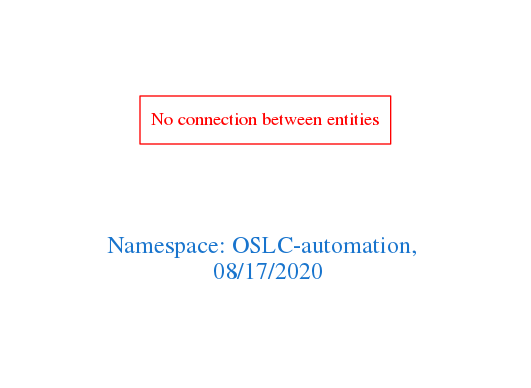
Earlier version of the Graphviz export downloads/OSLC-automation.png (arago/OGIT). Its source is kept beside it as downloads/OSLC-automation.dot. Its diagram source:
```dot
digraph OGIT_ontology {
 graph [ rankdir= LR,pad=1
fontsize = 18,
fontcolor= dodgerblue3,label = "\n\n\nNamespace: OSLC-automation, \n 08/17/2020"];
node[shape=polygon];
edge [  color="gray81"];

"No connection between entities" [fontcolor = "red",color="red", shape="polygon"]
}
```
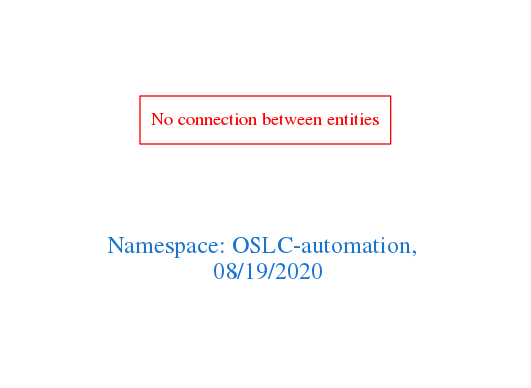
The same diagram one commit later.

Change to the diagram source:
```diff
@@ -1,7 +1,7 @@
 digraph OGIT_ontology {
  graph [ rankdir= LR,pad=1
 fontsize = 18,
-fontcolor= dodgerblue3,label = "\n\n\nNamespace: OSLC-automation, \n 08/17/2020"];
+fontcolor= dodgerblue3,label = "\n\n\nNamespace: OSLC-automation, \n 08/19/2020"];
 node[shape=polygon];
 edge [  color="gray81"];
 
```
